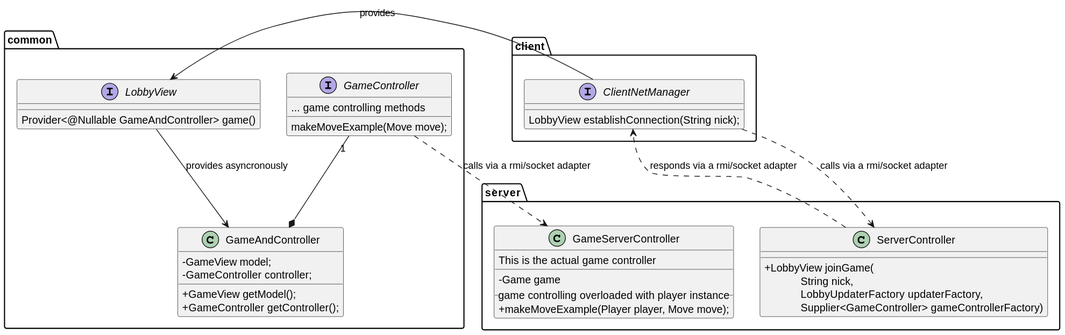
Earlier version of the PlantUML export docs/controller-dark.svg (Furrrlo/my-shelfie).
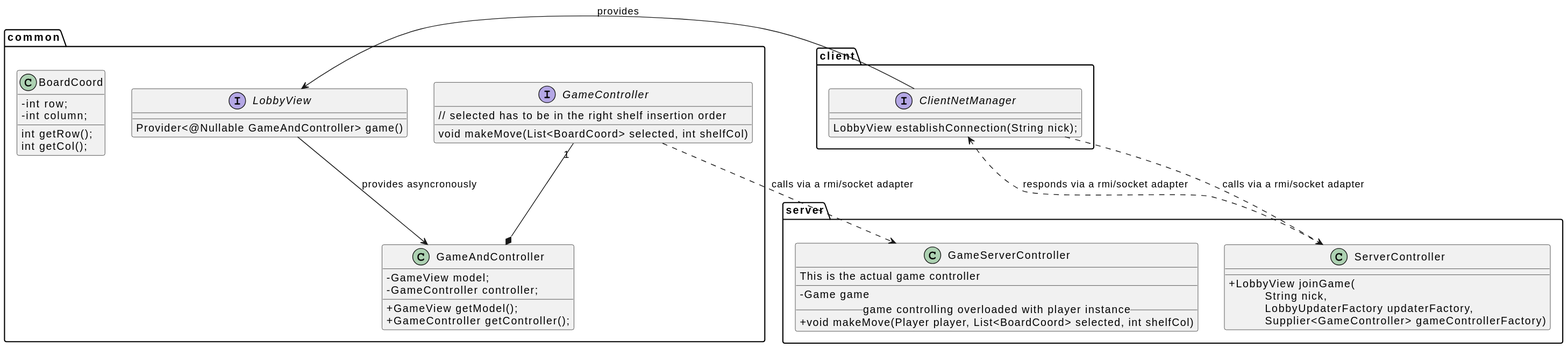
After the change.

Commit message:
added controller methods

The edit, as a diff of the source:
```diff
@@ -17,9 +17,18 @@
 
     GameController "1" --* GameAndController
     interface GameController {
-        ... game controlling methods
-        makeMoveExample(Move move);
+        // selected has to be in the right shelf insertion order
+        void makeMove(List<BoardCoord> selected, int shelfCol)
     }
+
+    class BoardCoord {
+        - int row;
+        - int column;
+
+        int getRow();
+        int getCol();
+    }
+
 }
 
 package server {
@@ -32,7 +41,7 @@
         __
         - Game game
         __ game controlling overloaded with player instance __
-        + makeMoveExample(Player player, Move move);
+        + void makeMove(Player player, List<BoardCoord> selected, int shelfCol)
     }
 }
 
@@ -47,5 +56,4 @@
 ClientNetManager ..> ServerController : calls via a rmi/socket adapter
 ServerController ..> ClientNetManager : responds via a rmi/socket adapter
 GameController ..> GameServerController : calls via a rmi/socket adapter
-
 @enduml
```
